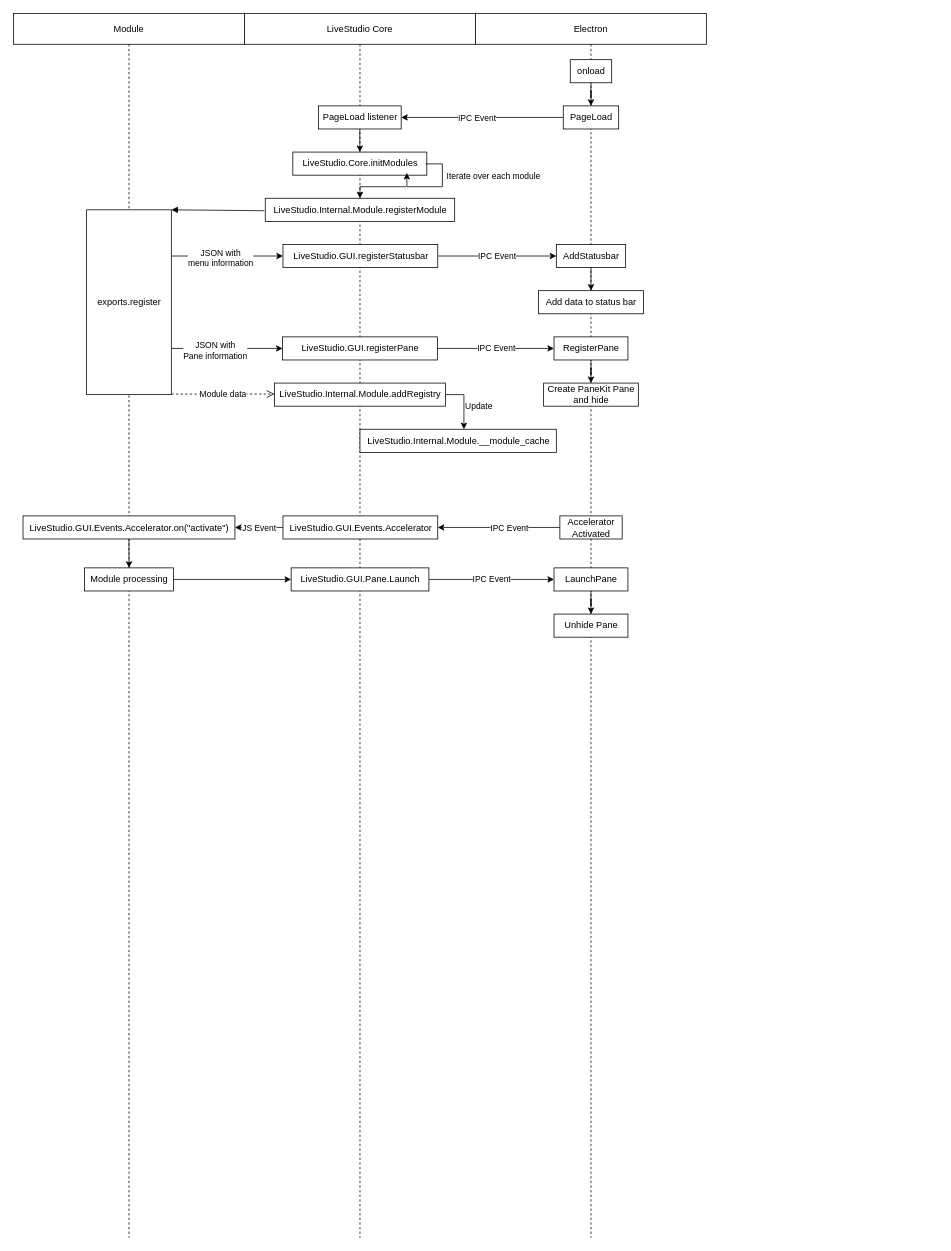
This is livestudio.drawio from scoutchorton/livestudio, a draw.io file, before an edit. Source tidied: cells renumbered, new cells numbered last; positions are measured from the earlier drawing's top-left corner, leaving out a move shared by most shapes. Both pictures are drawn from the tidied source at 77%, with x=0, y=0 at pixel (13, 13).
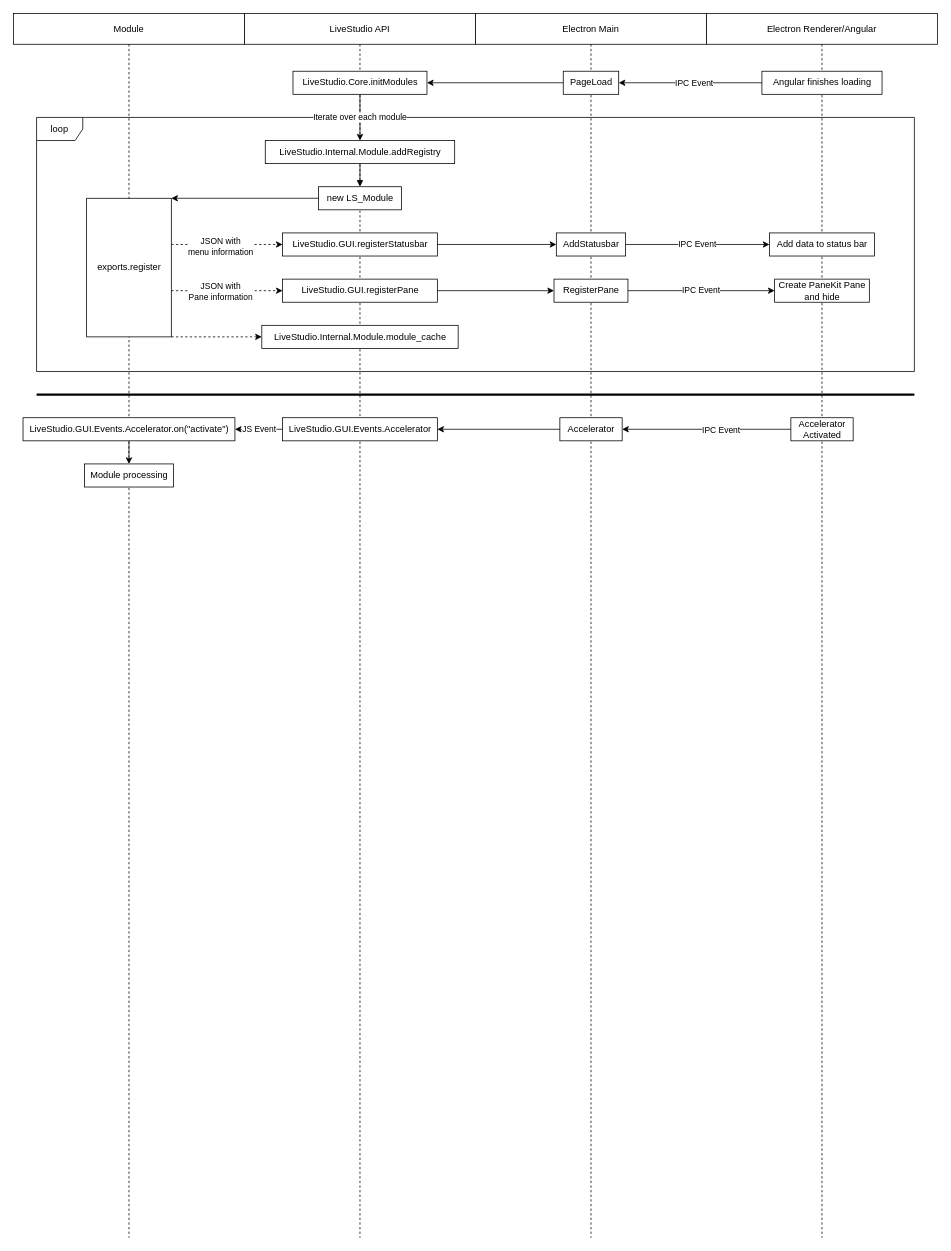
The same page after the edit.

Unchanged cells that the change refers to:
```xml
<mxCell id="2" value="Module" style="shape=umlLifeline;perimeter=lifelinePerimeter;whiteSpace=wrap;html=1;" parent="1" vertex="1">
  <mxGeometry width="300" height="1590" as="geometry" />
</mxCell>
```

What changed in the source:
```diff
@@
+    <mxCell id="51" value="loop" style="shape=umlFrame;whiteSpace=wrap;html=1;" parent="1" vertex="1">
+      <mxGeometry x="30" y="135" width="1140" height="330" as="geometry" />
+    </mxCell>
@@
     <mxCell id="3" value="exports.register" style="html=1;points=[];perimeter=orthogonalPerimeter;verticalAlign=middle;" parent="2" vertex="1">
-      <mxGeometry x="95" y="255" width="110" height="240" as="geometry" />
+      <mxGeometry x="95" y="240" width="110" height="180" as="geometry" />
     </mxCell>
+    <mxCell id="36" value="LiveStudio.GUI.Events.Accelerator.on(&quot;activate&quot;)" style="html=1;points=[];perimeter=orthogonalPerimeter;" parent="2" vertex="1">
+      <mxGeometry x="12.4" y="525" width="275.2" height="30" as="geometry" />
+    </mxCell>
+    <mxCell id="38" value="Module processing" style="html=1;points=[];perimeter=orthogonalPerimeter;" parent="2" vertex="1">
+      <mxGeometry x="92.2" y="585" width="115.5" height="30" as="geometry" />
+    </mxCell>
+    <mxCell id="35" style="edgeStyle=orthogonalEdgeStyle;rounded=0;jettySize=auto;html=1;fontColor=#000000;verticalAlign=middle;" parent="2" edge="1" source="36" target="38">
+      <mxGeometry relative="1" as="geometry" />
+    </mxCell>
-    <mxCell id="4" value="LiveStudio Core" style="shape=umlLifeline;perimeter=lifelinePerimeter;whiteSpace=wrap;html=1;" parent="1" vertex="1">
+    <mxCell id="4" value="LiveStudio API" style="shape=umlLifeline;perimeter=lifelinePerimeter;whiteSpace=wrap;html=1;" parent="1" vertex="1">
       <mxGeometry x="300" width="300" height="1590" as="geometry" />
     </mxCell>
     <mxCell id="5" value="LiveStudio.Core.initModules" style="html=1;points=[];perimeter=orthogonalPerimeter;" parent="4" vertex="1">
-      <mxGeometry x="62.8" y="180" width="174" height="30" as="geometry" />
+      <mxGeometry x="63" y="75" width="174" height="30" as="geometry" />
     </mxCell>
-    <mxCell id="6" style="edgeStyle=orthogonalEdgeStyle;rounded=0;jettySize=auto;html=1;" parent="4" edge="1" source="7" target="5">
-      <mxGeometry relative="1" as="geometry" />
-    </mxCell>
-    <mxCell id="7" value="PageLoad listener" style="html=1;points=[];perimeter=orthogonalPerimeter;" parent="4" vertex="1">
-      <mxGeometry x="96" y="120" width="107.5" height="30" as="geometry" />
-    </mxCell>
-    <mxCell id="8" style="edgeStyle=orthogonalEdgeStyle;rounded=0;orthogonalLoop=1;jettySize=auto;html=1;entryX=0.851;entryY=0.9;entryDx=0;entryDy=0;entryPerimeter=0;exitX=0.99;exitY=0.511;exitDx=0;exitDy=0;exitPerimeter=0;" parent="4" edge="1" source="5" target="5">
-      <mxGeometry relative="1" as="geometry">
-        <Array as="points">
-          <mxPoint x="257" y="195" />
-          <mxPoint x="257" y="225" />
-          <mxPoint x="211" y="225" />
-        </Array>
-      </mxGeometry>
-    </mxCell>
+    <mxCell id="19" value="LiveStudio.Internal.Module.addRegistry" style="html=1;points=[];perimeter=orthogonalPerimeter;" parent="4" vertex="1">
+      <mxGeometry x="27" y="165" width="246" height="30" as="geometry" />
+    </mxCell>
-    <mxCell id="9" value="Iterate over each module" style="edgeLabel;html=1;align=left;verticalAlign=middle;" parent="8" vertex="1">
-      <mxGeometry x="-0.22" y="2" relative="1" as="geometry">
-        <mxPoint x="2" y="-8" as="offset" />
-      </mxGeometry>
+    <mxCell id="9" value="Iterate over each module" style="edgeStyle=orthogonalEdgeStyle;rounded=0;jettySize=auto;html=1;" parent="4" edge="1" source="5" target="19">
+      <mxGeometry relative="1" as="geometry" />
     </mxCell>
+    <mxCell id="22" value="LiveStudio.GUI.registerStatusbar" style="html=1;points=[];perimeter=orthogonalPerimeter;" parent="4" vertex="1">
+      <mxGeometry x="49.5" y="285" width="201" height="30" as="geometry" />
+    </mxCell>
+    <mxCell id="42" value="LiveStudio.GUI.registerPane" style="html=1;points=[];perimeter=orthogonalPerimeter;" parent="4" vertex="1">
+      <mxGeometry x="49.5" y="345" width="201" height="30" as="geometry" />
+    </mxCell>
+    <mxCell id="52" value="new LS_Module" style="html=1;points=[];perimeter=orthogonalPerimeter;" parent="4" vertex="1">
+      <mxGeometry x="96" y="225" width="108" height="30" as="geometry" />
+    </mxCell>
+    <mxCell id="23" style="html=1;verticalAlign=bottom;endArrow=block;" parent="4" edge="1" source="19" target="52">
+      <mxGeometry relative="1" as="geometry" />
+    </mxCell>
+    <mxCell id="31" value="LiveStudio.Internal.Module.module_cache" style="html=1;points=[];perimeter=orthogonalPerimeter;" parent="4" vertex="1">
+      <mxGeometry x="22.5" y="405" width="255" height="30" as="geometry" />
+    </mxCell>
     <mxCell id="10" value="LiveStudio.GUI.Events.Accelerator" style="html=1;points=[];perimeter=orthogonalPerimeter;" parent="4" vertex="1">
-      <mxGeometry x="50" y="652.5" width="201" height="30" as="geometry" />
+      <mxGeometry x="49.5" y="525" width="201" height="30" as="geometry" />
     </mxCell>
-    <mxCell id="11" value="Electron" style="shape=umlLifeline;perimeter=lifelinePerimeter;whiteSpace=wrap;html=1;" parent="1" vertex="1">
-      <mxGeometry x="600" width="300" height="1590" as="geometry" />
+    <mxCell id="11" value="Electron Renderer/Angular" style="shape=umlLifeline;perimeter=lifelinePerimeter;whiteSpace=wrap;html=1;" parent="1" vertex="1">
+      <mxGeometry x="900" width="300" height="1590" as="geometry" />
     </mxCell>
-    <mxCell id="12" value="PageLoad" style="html=1;points=[];perimeter=orthogonalPerimeter;" parent="11" vertex="1">
-      <mxGeometry x="114" y="120" width="72" height="30" as="geometry" />
+    <mxCell id="12" value="Angular finishes loading" style="html=1;points=[];perimeter=orthogonalPerimeter;" parent="11" vertex="1">
+      <mxGeometry x="72" y="75" width="156" height="30" as="geometry" />
     </mxCell>
-    <mxCell id="13" style="edgeStyle=orthogonalEdgeStyle;rounded=0;jettySize=auto;html=1;" parent="11" edge="1" source="14" target="12">
-      <mxGeometry relative="1" as="geometry" />
-    </mxCell>
-    <mxCell id="14" value="onload" style="html=1;points=[];perimeter=orthogonalPerimeter;" parent="11" vertex="1">
-      <mxGeometry x="123.1" y="60" width="53.8" height="30" as="geometry" />
-    </mxCell>
+    <mxCell id="16" value="Add data to status bar" style="html=1;points=[];perimeter=orthogonalPerimeter;" parent="11" vertex="1">
+      <mxGeometry x="81.8" y="285" width="136.5" height="30" as="geometry" />
+    </mxCell>
+    <mxCell id="47" value="Create PaneKit Pane&lt;br&gt;and hide" style="html=1;points=[];perimeter=orthogonalPerimeter;" parent="11" vertex="1">
+      <mxGeometry x="88.5" y="345" width="123" height="30" as="geometry" />
+    </mxCell>
     <mxCell id="15" value="Accelerator&lt;br&gt;Activated" style="html=1;points=[];perimeter=orthogonalPerimeter;" parent="11" vertex="1">
-      <mxGeometry x="109.6" y="652.5" width="80.9" height="30" as="geometry" />
+      <mxGeometry x="109.6" y="525" width="80.9" height="30" as="geometry" />
     </mxCell>
-    <mxCell id="16" value="Add data to status bar" style="html=1;points=[];perimeter=orthogonalPerimeter;" parent="11" vertex="1">
-      <mxGeometry x="81.8" y="360" width="136.5" height="30" as="geometry" />
-    </mxCell>
-    <mxCell id="17" style="edgeStyle=orthogonalEdgeStyle;rounded=0;jettySize=auto;html=1;" parent="1" edge="1" source="12" target="7">
-      <mxGeometry relative="1" as="geometry" />
-    </mxCell>
-    <mxCell id="18" value="IPC Event" style="edgeLabel;html=1;align=center;verticalAlign=middle;" parent="17" vertex="1">
-      <mxGeometry x="0.19" y="-1" relative="1" as="geometry">
-        <mxPoint x="12" y="1" as="offset" />
-      </mxGeometry>
-    </mxCell>
-    <mxCell id="19" value="LiveStudio.Internal.Module.registerModule" style="html=1;points=[];perimeter=orthogonalPerimeter;" parent="1" vertex="1">
-      <mxGeometry x="327" y="240" width="246" height="30" as="geometry" />
-    </mxCell>
-    <mxCell id="20" style="edgeStyle=orthogonalEdgeStyle;rounded=0;jettySize=auto;html=1;" parent="1" edge="1" target="19">
-      <mxGeometry relative="1" as="geometry">
-        <mxPoint x="510" y="225" as="sourcePoint" />
-        <Array as="points">
-          <mxPoint x="450" y="225" />
-        </Array>
-      </mxGeometry>
-    </mxCell>
-    <mxCell id="21" value="IPC Event" style="edgeStyle=orthogonalEdgeStyle;rounded=0;jettySize=auto;html=1;" parent="1" edge="1" source="22" target="30">
+    <mxCell id="21" style="edgeStyle=orthogonalEdgeStyle;rounded=0;jettySize=auto;html=1;" parent="1" edge="1" source="22" target="30">
       <mxGeometry relative="1" as="geometry" />
     </mxCell>
-    <mxCell id="22" value="LiveStudio.GUI.registerStatusbar" style="html=1;points=[];perimeter=orthogonalPerimeter;" parent="1" vertex="1">
-      <mxGeometry x="350" y="300" width="201" height="30" as="geometry" />
-    </mxCell>
-    <mxCell id="23" style="html=1;verticalAlign=bottom;endArrow=block;entryX=1;entryY=0;exitX=-0.005;exitY=0.539;exitDx=0;exitDy=0;exitPerimeter=0;" parent="1" edge="1" source="19" target="3">
-      <mxGeometry relative="1" as="geometry" />
-    </mxCell>
-    <mxCell id="24" value="Module data" style="html=1;verticalAlign=middle;endArrow=open;dashed=1;endSize=8;exitX=1;exitY=0.997;exitDx=0;exitDy=0;exitPerimeter=0;" parent="1" edge="1" source="3" target="28">
-      <mxGeometry relative="1" as="geometry" />
-    </mxCell>
-    <mxCell id="25" style="edgeStyle=orthogonalEdgeStyle;rounded=0;jettySize=auto;html=1;" parent="1" edge="1" source="3" target="22">
+    <mxCell id="25" style="edgeStyle=orthogonalEdgeStyle;rounded=0;jettySize=auto;html=1;dashed=1;" parent="1" edge="1" source="3" target="22">
       <mxGeometry relative="1" as="geometry">
         <Array as="points">
-          <mxPoint x="300" y="315" />
-          <mxPoint x="300" y="315" />
+          <mxPoint x="240" y="300" />
+          <mxPoint x="240" y="300" />
         </Array>
       </mxGeometry>
     </mxCell>
@@
-    <mxCell id="27" value="Update" style="edgeStyle=orthogonalEdgeStyle;rounded=0;jettySize=auto;html=1;verticalAlign=middle;align=left;" parent="1" edge="1" source="28" target="31">
-      <mxGeometry x="0.13" relative="1" as="geometry">
-        <Array as="points">
-          <mxPoint x="585" y="495" />
-        </Array>
-      </mxGeometry>
-    </mxCell>
-    <mxCell id="28" value="LiveStudio.Internal.Module.addRegistry" style="html=1;points=[];perimeter=orthogonalPerimeter;" parent="1" vertex="1">
-      <mxGeometry x="339" y="480" width="222" height="30" as="geometry" />
-    </mxCell>
-    <mxCell id="29" style="edgeStyle=orthogonalEdgeStyle;rounded=0;jettySize=auto;html=1;" parent="1" edge="1" source="30" target="16">
+    <mxCell id="29" value="IPC Event" style="edgeStyle=orthogonalEdgeStyle;rounded=0;jettySize=auto;html=1;" parent="1" edge="1" source="30" target="16">
       <mxGeometry relative="1" as="geometry" />
     </mxCell>
-    <mxCell id="30" value="AddStatusbar" style="html=1;points=[];perimeter=orthogonalPerimeter;" parent="1" vertex="1">
-      <mxGeometry x="705" y="300" width="90" height="30" as="geometry" />
-    </mxCell>
-    <mxCell id="31" value="LiveStudio.Internal.Module.__module_cache" style="html=1;points=[];perimeter=orthogonalPerimeter;" parent="1" vertex="1">
-      <mxGeometry x="450" y="540" width="255" height="30" as="geometry" />
-    </mxCell>
@@
-    <mxCell id="33" style="edgeStyle=orthogonalEdgeStyle;rounded=0;jettySize=auto;html=1;fontColor=#000000;verticalAlign=middle;" parent="1" edge="1" source="15" target="10">
+    <mxCell id="33" style="edgeStyle=orthogonalEdgeStyle;rounded=0;jettySize=auto;html=1;fontColor=#000000;verticalAlign=middle;" parent="1" edge="1" source="15" target="55">
       <mxGeometry relative="1" as="geometry" />
     </mxCell>
@@
-    <mxCell id="35" style="edgeStyle=orthogonalEdgeStyle;rounded=0;jettySize=auto;html=1;fontColor=#000000;verticalAlign=middle;" parent="1" edge="1" source="36" target="38">
-      <mxGeometry relative="1" as="geometry" />
-    </mxCell>
-    <mxCell id="36" value="LiveStudio.GUI.Events.Accelerator.on(&quot;activate&quot;)" style="html=1;points=[];perimeter=orthogonalPerimeter;" parent="1" vertex="1">
-      <mxGeometry x="12.4" y="652.5" width="275.2" height="30" as="geometry" />
-    </mxCell>
-    <mxCell id="37" style="edgeStyle=orthogonalEdgeStyle;rounded=0;jettySize=auto;html=1;fontColor=#000000;verticalAlign=middle;" parent="1" edge="1" source="38" target="40">
-      <mxGeometry relative="1" as="geometry" />
-    </mxCell>
-    <mxCell id="38" value="Module processing" style="html=1;points=[];perimeter=orthogonalPerimeter;" parent="1" vertex="1">
-      <mxGeometry x="92.3" y="720" width="115.5" height="30" as="geometry" />
-    </mxCell>
-    <mxCell id="39" value="IPC Event" style="edgeStyle=orthogonalEdgeStyle;rounded=0;jettySize=auto;html=1;fontColor=#000000;verticalAlign=middle;" parent="1" edge="1" source="40" target="49">
-      <mxGeometry relative="1" as="geometry" />
-    </mxCell>
-    <mxCell id="40" value="LiveStudio.GUI.Pane.Launch" style="html=1;points=[];perimeter=orthogonalPerimeter;" parent="1" vertex="1">
-      <mxGeometry x="360.6" y="720" width="178.9" height="30" as="geometry" />
-    </mxCell>
-    <mxCell id="41" value="IPC Event" style="edgeStyle=orthogonalEdgeStyle;rounded=0;jettySize=auto;html=1;fontColor=#000000;verticalAlign=middle;" parent="1" edge="1" source="42" target="46">
+    <mxCell id="41" style="edgeStyle=orthogonalEdgeStyle;rounded=0;jettySize=auto;html=1;fontColor=#000000;verticalAlign=middle;" parent="1" edge="1" source="42" target="46">
       <mxGeometry relative="1" as="geometry" />
     </mxCell>
-    <mxCell id="42" value="LiveStudio.GUI.registerPane" style="html=1;points=[];perimeter=orthogonalPerimeter;" parent="1" vertex="1">
-      <mxGeometry x="349.5" y="420" width="201" height="30" as="geometry" />
-    </mxCell>
-    <mxCell id="43" style="edgeStyle=orthogonalEdgeStyle;rounded=0;jettySize=auto;html=1;fontColor=#000000;verticalAlign=middle;" parent="1" edge="1" source="3" target="42">
+    <mxCell id="43" style="edgeStyle=orthogonalEdgeStyle;rounded=0;jettySize=auto;html=1;fontColor=#000000;verticalAlign=middle;dashed=1;" parent="1" edge="1" source="3" target="42">
       <mxGeometry relative="1" as="geometry">
         <Array as="points">
-          <mxPoint x="345" y="435" />
-          <mxPoint x="345" y="435" />
+          <mxPoint x="240" y="360" />
+          <mxPoint x="240" y="360" />
         </Array>
       </mxGeometry>
     </mxCell>
     <mxCell id="44" value="JSON with&lt;br&gt;Pane information" style="edgeLabel;html=1;align=center;verticalAlign=middle;fontColor=#000000;" parent="43" vertex="1">
-      <mxGeometry x="-0.23" y="-2" relative="1" as="geometry" />
+      <mxGeometry x="-0.23" y="-2" relative="1" as="geometry">
+        <mxPoint x="7" y="-2" as="offset" />
+      </mxGeometry>
     </mxCell>
-    <mxCell id="45" style="edgeStyle=orthogonalEdgeStyle;rounded=0;jettySize=auto;html=1;fontColor=#000000;verticalAlign=middle;" parent="1" edge="1" source="46" target="47">
+    <mxCell id="45" value="IPC Event" style="edgeStyle=orthogonalEdgeStyle;rounded=0;jettySize=auto;html=1;fontColor=#000000;verticalAlign=middle;" parent="1" edge="1" source="46" target="47">
       <mxGeometry relative="1" as="geometry" />
     </mxCell>
+    <mxCell id="53" value="Electron Main" style="shape=umlLifeline;perimeter=lifelinePerimeter;whiteSpace=wrap;html=1;" parent="1" vertex="1">
+      <mxGeometry x="600" width="300" height="1590" as="geometry" />
+    </mxCell>
+    <mxCell id="54" value="PageLoad" style="html=1;points=[];perimeter=orthogonalPerimeter;" parent="53" vertex="1">
+      <mxGeometry x="114" y="75" width="72" height="30" as="geometry" />
+    </mxCell>
+    <mxCell id="30" value="AddStatusbar" style="html=1;points=[];perimeter=orthogonalPerimeter;" parent="53" vertex="1">
+      <mxGeometry x="105" y="285" width="90" height="30" as="geometry" />
+    </mxCell>
-    <mxCell id="46" value="RegisterPane" style="html=1;points=[];perimeter=orthogonalPerimeter;" parent="1" vertex="1">
-      <mxGeometry x="702" y="420" width="96" height="30" as="geometry" />
+    <mxCell id="46" value="RegisterPane" style="html=1;points=[];perimeter=orthogonalPerimeter;" parent="53" vertex="1">
+      <mxGeometry x="102" y="345" width="96" height="30" as="geometry" />
     </mxCell>
-    <mxCell id="47" value="Create PaneKit Pane&lt;br&gt;and hide" style="html=1;points=[];perimeter=orthogonalPerimeter;" parent="1" vertex="1">
-      <mxGeometry x="688.5" y="480" width="123" height="30" as="geometry" />
-    </mxCell>
-    <mxCell id="48" style="edgeStyle=orthogonalEdgeStyle;rounded=0;jettySize=auto;html=1;fontColor=#000000;verticalAlign=middle;" parent="1" edge="1" source="49" target="50">
-      <mxGeometry relative="1" as="geometry" />
-    </mxCell>
-    <mxCell id="49" value="LaunchPane" style="html=1;points=[];perimeter=orthogonalPerimeter;" parent="1" vertex="1">
-      <mxGeometry x="702" y="720" width="96" height="30" as="geometry" />
-    </mxCell>
-    <mxCell id="50" value="Unhide Pane" style="html=1;points=[];perimeter=orthogonalPerimeter;" parent="1" vertex="1">
-      <mxGeometry x="702" y="780" width="96" height="30" as="geometry" />
-    </mxCell>
+    <mxCell id="55" value="Accelerator" style="html=1;points=[];perimeter=orthogonalPerimeter;" parent="53" vertex="1">
+      <mxGeometry x="109.6" y="525" width="80.9" height="30" as="geometry" />
+    </mxCell>
+    <mxCell id="17" style="edgeStyle=orthogonalEdgeStyle;rounded=0;jettySize=auto;html=1;" parent="1" edge="1" source="12" target="54">
+      <mxGeometry relative="1" as="geometry" />
+    </mxCell>
+    <mxCell id="18" value="IPC Event" style="edgeLabel;html=1;align=center;verticalAlign=middle;" parent="17" vertex="1">
+      <mxGeometry x="0.19" y="-1" relative="1" as="geometry">
+        <mxPoint x="22" y="1" as="offset" />
+      </mxGeometry>
+    </mxCell>
+    <mxCell id="56" style="edgeStyle=orthogonalEdgeStyle;rounded=0;jettySize=auto;html=1;" parent="1" edge="1" source="54" target="5">
+      <mxGeometry relative="1" as="geometry">
+        <Array as="points">
+          <mxPoint x="585" y="90" />
+          <mxPoint x="585" y="90" />
+        </Array>
+      </mxGeometry>
+    </mxCell>
+    <mxCell id="57" style="edgeStyle=orthogonalEdgeStyle;rounded=0;jettySize=auto;html=1;" parent="1" edge="1" source="55" target="10">
+      <mxGeometry relative="1" as="geometry" />
+    </mxCell>
+    <mxCell id="58" style="edgeStyle=orthogonalEdgeStyle;rounded=0;jettySize=auto;html=1;dashed=1;" parent="1" edge="1" source="3" target="31">
+      <mxGeometry relative="1" as="geometry">
+        <Array as="points">
+          <mxPoint x="240" y="420" />
+          <mxPoint x="240" y="420" />
+        </Array>
+      </mxGeometry>
+    </mxCell>
+    <mxCell id="59" style="endArrow=none;html=1;rounded=0;strokeWidth=3;" parent="1" edge="1">
+      <mxGeometry relative="1" as="geometry">
+        <mxPoint x="30" y="495" as="sourcePoint" />
+        <mxPoint x="1170" y="495" as="targetPoint" />
+      </mxGeometry>
+    </mxCell>
+    <mxCell id="60" style="edgeStyle=orthogonalEdgeStyle;rounded=0;jettySize=auto;html=1;" parent="1" edge="1" source="52" target="3">
+      <mxGeometry relative="1" as="geometry">
+        <Array as="points">
+          <mxPoint x="240" y="240" />
+          <mxPoint x="240" y="240" />
+        </Array>
+      </mxGeometry>
+    </mxCell>
```
